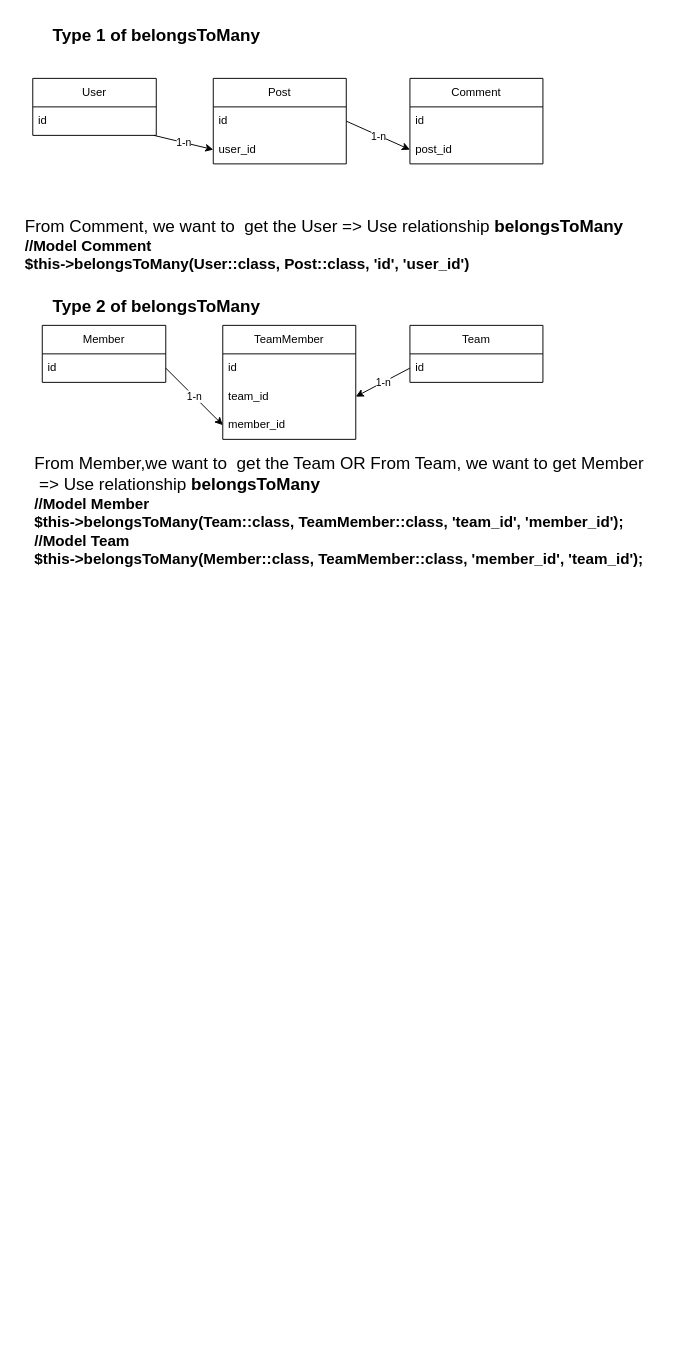
Above: Biểu đồ không có tiêu đề.drawio in wyattvo2019/ManageStaffWebsite (draw.io), before the change. Source tidied: cells renumbered, new cells numbered last; positions are measured from the earlier drawing's top-left corner, leaving out a move shared by most shapes. Both pictures are drawn from the tidied source at 95%, with x=0, y=0 at pixel (23, 16).
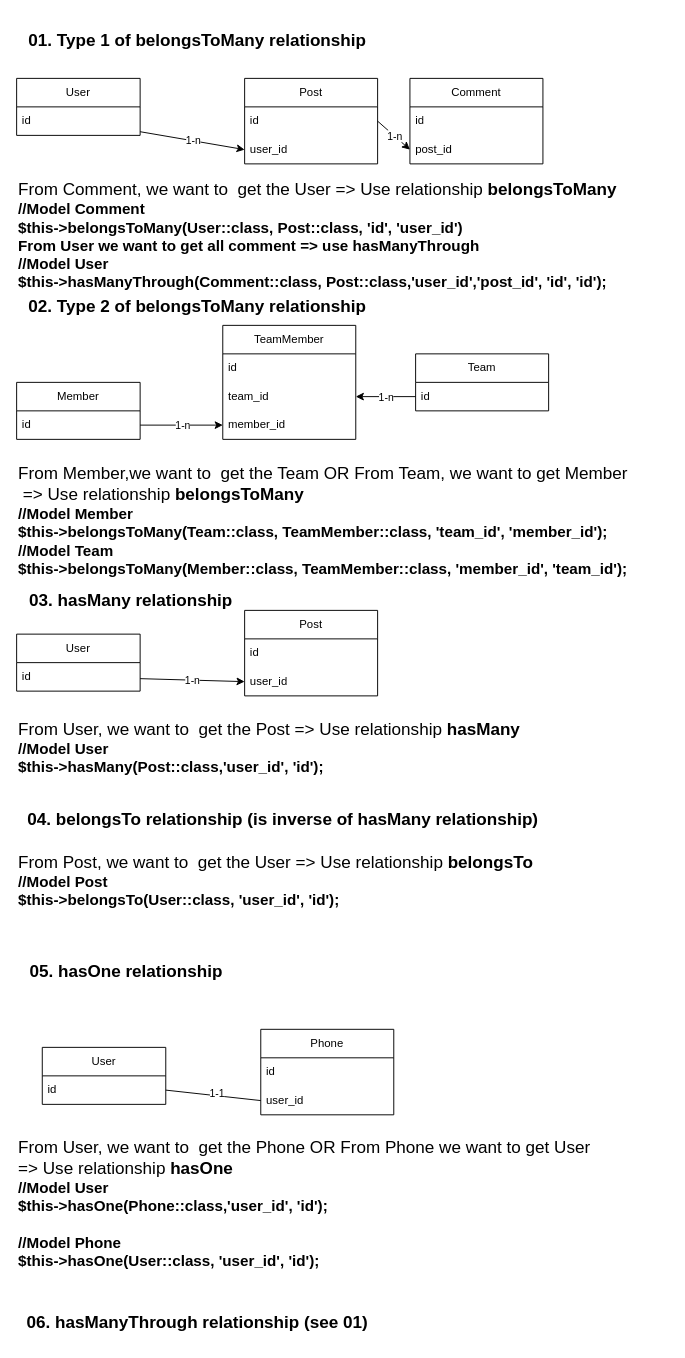
After the change.

Commit message:
Cập nhật Biểu đồ không có tiêu đề.drawio

Diff of the diagram source:
```diff
@@
     <mxCell id="2" value="User" style="swimlane;fontStyle=0;horizontal=1;startSize=30;whiteSpace=wrap;html=1;" parent="1" vertex="1">
-      <mxGeometry x="10" y="65" width="130" height="60" as="geometry" />
+      <mxGeometry x="-7" y="65" width="130" height="60" as="geometry" />
     </mxCell>
@@
     <mxCell id="4" value="Post" style="swimlane;fontStyle=0;horizontal=1;startSize=30;whiteSpace=wrap;html=1;" parent="1" vertex="1">
-      <mxGeometry x="200" y="65" width="140" height="90" as="geometry" />
+      <mxGeometry x="233" y="65" width="140" height="90" as="geometry" />
     </mxCell>
@@
-    <mxCell id="14" value="&lt;font style=&quot;font-size: 18px;&quot;&gt;From Comment, we want to&amp;nbsp; get the User =&amp;gt; Use relationship &lt;b&gt;belongsToMany&lt;/b&gt;&lt;/font&gt;&lt;div&gt;&lt;b&gt;&lt;font size=&quot;3&quot;&gt;//Model Comment&lt;/font&gt;&lt;/b&gt;&lt;/div&gt;&lt;div&gt;&lt;b&gt;&lt;font size=&quot;3&quot;&gt;$this-&amp;gt;belongsToMany(User::class, Post::class, 'id', 'user_id')&lt;/font&gt;&lt;/b&gt;&lt;/div&gt;" style="text;html=1;align=left;verticalAlign=middle;strokeColor=none;fillColor=none;" parent="1" vertex="1">
-      <mxGeometry y="205" width="650" height="70" as="geometry" />
+    <mxCell id="14" value="&lt;font style=&quot;font-size: 18px;&quot;&gt;From Comment, we want to&amp;nbsp; get the User =&amp;gt; Use relationship &lt;b&gt;belongsToMany&lt;/b&gt;&lt;/font&gt;&lt;div&gt;&lt;b&gt;&lt;font size=&quot;3&quot;&gt;//Model Comment&lt;/font&gt;&lt;/b&gt;&lt;/div&gt;&lt;div&gt;&lt;b&gt;&lt;font size=&quot;3&quot;&gt;$this-&amp;gt;belongsToMany(User::class, Post::class, 'id', 'user_id')&lt;/font&gt;&lt;/b&gt;&lt;/div&gt;&lt;div&gt;&lt;b&gt;&lt;font size=&quot;3&quot;&gt;From User we want to get all comment =&amp;gt; use hasManyThrough&lt;/font&gt;&lt;/b&gt;&lt;/div&gt;&lt;div&gt;&lt;b&gt;&lt;font size=&quot;3&quot;&gt;//Model User&lt;/font&gt;&lt;/b&gt;&lt;/div&gt;&lt;div&gt;&lt;font style=&quot;&quot; size=&quot;3&quot;&gt;&lt;b&gt;$this-&amp;gt;hasManyThrough(Comment::class, Post::class,'user_id','post_id', 'id', 'id');&lt;/b&gt;&lt;br&gt;&lt;/font&gt;&lt;/div&gt;" style="text;html=1;align=left;verticalAlign=middle;strokeColor=none;fillColor=none;" parent="1" vertex="1">
+      <mxGeometry x="-7" y="165" width="650" height="130" as="geometry" />
     </mxCell>
-    <mxCell id="15" value="&lt;b&gt;&lt;font style=&quot;font-size: 18px;&quot;&gt;Type 1 of belongsToMany&lt;/font&gt;&lt;/b&gt;" style="text;html=1;align=center;verticalAlign=middle;strokeColor=none;fillColor=none;" parent="1" vertex="1">
-      <mxGeometry x="20" width="240" height="40" as="geometry" />
+    <mxCell id="15" value="&lt;b&gt;&lt;font style=&quot;font-size: 18px;&quot;&gt;01. Type 1 of belongsToMany relationship&lt;/font&gt;&lt;/b&gt;" style="text;html=1;align=center;verticalAlign=middle;strokeColor=none;fillColor=none;" parent="1" vertex="1">
+      <mxGeometry x="-7" y="5" width="380" height="40" as="geometry" />
     </mxCell>
-    <mxCell id="16" value="&lt;b&gt;&lt;font style=&quot;font-size: 18px;&quot;&gt;Type 2 of belongsToMany&lt;/font&gt;&lt;/b&gt;" style="text;html=1;align=center;verticalAlign=middle;strokeColor=none;fillColor=none;" parent="1" vertex="1">
-      <mxGeometry x="20" y="285" width="240" height="40" as="geometry" />
+    <mxCell id="16" value="&lt;b&gt;&lt;font style=&quot;font-size: 18px;&quot;&gt;02. Type 2 of belongsToMany relationship&lt;/font&gt;&lt;/b&gt;" style="text;html=1;align=center;verticalAlign=middle;strokeColor=none;fillColor=none;" parent="1" vertex="1">
+      <mxGeometry x="-7" y="285" width="380" height="40" as="geometry" />
     </mxCell>
     <mxCell id="17" value="Member" style="swimlane;fontStyle=0;horizontal=1;startSize=30;whiteSpace=wrap;html=1;" parent="1" vertex="1">
-      <mxGeometry x="20" y="325" width="130" height="60" as="geometry" />
+      <mxGeometry x="-7" y="385" width="130" height="60" as="geometry" />
     </mxCell>
@@
     <mxCell id="19" value="Team" style="swimlane;fontStyle=0;horizontal=1;startSize=30;whiteSpace=wrap;html=1;" parent="1" vertex="1">
-      <mxGeometry x="407" y="325" width="140" height="60" as="geometry" />
+      <mxGeometry x="413" y="355" width="140" height="60" as="geometry" />
     </mxCell>
@@
     <mxCell id="29" value="&lt;font style=&quot;font-size: 18px;&quot;&gt;From Member,we want to&amp;nbsp; get the Team OR From Team, we want to get Member&lt;/font&gt;&lt;div&gt;&lt;font style=&quot;font-size: 18px;&quot;&gt;&amp;nbsp;=&amp;gt; Use relationship &lt;b&gt;belongsToMany&lt;/b&gt;&lt;/font&gt;&lt;div&gt;&lt;b&gt;&lt;font size=&quot;3&quot;&gt;//Model Member&lt;/font&gt;&lt;/b&gt;&lt;/div&gt;&lt;div&gt;&lt;b&gt;&lt;font size=&quot;3&quot;&gt;$this-&amp;gt;belongsToMany(Team::class, TeamMember::class, 'team_id', 'member_id');&lt;/font&gt;&lt;/b&gt;&lt;/div&gt;&lt;/div&gt;&lt;div&gt;&lt;b&gt;&lt;font size=&quot;3&quot;&gt;//Model Team&lt;/font&gt;&lt;/b&gt;&lt;/div&gt;&lt;div&gt;&lt;b&gt;&lt;font size=&quot;3&quot;&gt;$this-&amp;gt;belongsToMany(Member::class, TeamMember::class, 'member_id', 'team_id');&lt;/font&gt;&lt;/b&gt;&lt;/div&gt;&lt;div&gt;&lt;b&gt;&lt;font size=&quot;3&quot;&gt;&lt;br&gt;&lt;/font&gt;&lt;/b&gt;&lt;/div&gt;" style="text;html=1;align=left;verticalAlign=middle;strokeColor=none;fillColor=none;" parent="1" vertex="1">
-      <mxGeometry x="10" y="455" width="670" height="150" as="geometry" />
+      <mxGeometry x="-7" y="465" width="670" height="150" as="geometry" />
     </mxCell>
+    <mxCell id="30" value="&lt;span style=&quot;font-size: 18px;&quot;&gt;&lt;b&gt;03. hasMany relationship&lt;/b&gt;&lt;/span&gt;" style="text;html=1;align=center;verticalAlign=middle;strokeColor=none;fillColor=none;" parent="1" vertex="1">
+      <mxGeometry x="-7" y="595" width="240" height="40" as="geometry" />
+    </mxCell>
+    <mxCell id="31" value="User" style="swimlane;fontStyle=0;horizontal=1;startSize=30;whiteSpace=wrap;html=1;" parent="1" vertex="1">
+      <mxGeometry x="-7" y="650" width="130" height="60" as="geometry" />
+    </mxCell>
+    <mxCell id="32" value="id" style="text;strokeColor=none;fillColor=none;align=left;verticalAlign=middle;spacingLeft=4;spacingRight=4;overflow=hidden;points=[[0,0.5],[1,0.5]];portConstraint=eastwest;whiteSpace=wrap;html=1;" parent="31" vertex="1">
+      <mxGeometry y="30" width="130" height="30" as="geometry" />
+    </mxCell>
+    <mxCell id="33" value="Post" style="swimlane;fontStyle=0;horizontal=1;startSize=30;whiteSpace=wrap;html=1;" parent="1" vertex="1">
+      <mxGeometry x="233" y="625" width="140" height="90" as="geometry" />
+    </mxCell>
+    <mxCell id="34" value="id" style="text;strokeColor=none;fillColor=none;align=left;verticalAlign=middle;spacingLeft=4;spacingRight=4;overflow=hidden;whiteSpace=wrap;html=1;" parent="33" vertex="1">
+      <mxGeometry y="30" width="140" height="30" as="geometry" />
+    </mxCell>
+    <mxCell id="35" value="user_id" style="text;strokeColor=none;fillColor=none;align=left;verticalAlign=middle;spacingLeft=4;spacingRight=4;overflow=hidden;points=[[0,0.5],[1,0.5]];portConstraint=eastwest;whiteSpace=wrap;html=1;" parent="33" vertex="1">
+      <mxGeometry y="60" width="140" height="30" as="geometry" />
+    </mxCell>
+    <mxCell id="36" style="endArrow=classic;html=1;rounded=0;entryX=0;entryY=0.5;entryDx=0;entryDy=0;" parent="1" edge="1" source="32" target="35">
+      <mxGeometry relative="1" as="geometry" />
+    </mxCell>
+    <mxCell id="37" value="1-n" style="edgeLabel;html=1;align=center;verticalAlign=middle;" parent="36" vertex="1">
+      <mxGeometry relative="1" as="geometry" />
+    </mxCell>
+    <mxCell id="38" value="&lt;font style=&quot;font-size: 18px;&quot;&gt;From User, we want to&amp;nbsp; get the Post =&amp;gt; Use relationship&amp;nbsp;&lt;b&gt;hasMany&lt;/b&gt;&lt;/font&gt;&lt;div&gt;&lt;b&gt;&lt;font size=&quot;3&quot;&gt;//Model User&lt;/font&gt;&lt;/b&gt;&lt;/div&gt;&lt;div&gt;&lt;b&gt;&lt;font size=&quot;3&quot;&gt;$this-&amp;gt;hasMany(Post::class,'user_id', 'id');&lt;/font&gt;&lt;/b&gt;&lt;/div&gt;" style="text;html=1;align=left;verticalAlign=middle;strokeColor=none;fillColor=none;" parent="1" vertex="1">
+      <mxGeometry x="-7" y="735" width="550" height="70" as="geometry" />
+    </mxCell>
+    <mxCell id="39" value="&lt;span style=&quot;font-size: 18px;&quot;&gt;&lt;b&gt;05. hasOne relationship&lt;/b&gt;&lt;/span&gt;" style="text;html=1;align=center;verticalAlign=middle;strokeColor=none;fillColor=none;" parent="1" vertex="1">
+      <mxGeometry x="-7" y="985" width="230" height="40" as="geometry" />
+    </mxCell>
+    <mxCell id="40" value="User" style="swimlane;fontStyle=0;horizontal=1;startSize=30;whiteSpace=wrap;html=1;" parent="1" vertex="1">
+      <mxGeometry x="20" y="1085" width="130" height="60" as="geometry" />
+    </mxCell>
+    <mxCell id="41" value="id" style="text;strokeColor=none;fillColor=none;align=left;verticalAlign=middle;spacingLeft=4;spacingRight=4;overflow=hidden;points=[[0,0.5],[1,0.5]];portConstraint=eastwest;whiteSpace=wrap;html=1;" parent="40" vertex="1">
+      <mxGeometry y="30" width="130" height="30" as="geometry" />
+    </mxCell>
+    <mxCell id="42" value="Phone" style="swimlane;fontStyle=0;horizontal=1;startSize=30;whiteSpace=wrap;html=1;" parent="1" vertex="1">
+      <mxGeometry x="250" y="1066" width="140" height="90" as="geometry" />
+    </mxCell>
+    <mxCell id="43" value="id" style="text;strokeColor=none;fillColor=none;align=left;verticalAlign=middle;spacingLeft=4;spacingRight=4;overflow=hidden;whiteSpace=wrap;html=1;" parent="42" vertex="1">
+      <mxGeometry y="30" width="140" height="30" as="geometry" />
+    </mxCell>
+    <mxCell id="44" value="user_id" style="text;strokeColor=none;fillColor=none;align=left;verticalAlign=middle;spacingLeft=4;spacingRight=4;overflow=hidden;points=[[0,0.5],[1,0.5]];portConstraint=eastwest;whiteSpace=wrap;html=1;" parent="42" vertex="1">
+      <mxGeometry y="60" width="140" height="30" as="geometry" />
+    </mxCell>
+    <mxCell id="45" style="endArrow=none;html=1;rounded=0;exitX=1;exitY=0.5;exitDx=0;exitDy=0;entryX=0;entryY=0.5;entryDx=0;entryDy=0;" parent="1" edge="1" source="41" target="44">
+      <mxGeometry relative="1" as="geometry" />
+    </mxCell>
+    <mxCell id="46" value="1-1" style="edgeLabel;html=1;align=center;verticalAlign=middle;" parent="45" vertex="1">
+      <mxGeometry x="0.07" y="2" relative="1" as="geometry" />
+    </mxCell>
+    <mxCell id="47" value="&lt;font style=&quot;font-size: 18px;&quot;&gt;From User, we want to&amp;nbsp; get the Phone OR From Phone we want to get User&amp;nbsp;&lt;/font&gt;&lt;div&gt;&lt;font style=&quot;font-size: 18px;&quot;&gt;=&amp;gt; Use relationship&amp;nbsp;&lt;b&gt;hasOne&lt;/b&gt;&lt;/font&gt;&lt;div&gt;&lt;b&gt;&lt;font size=&quot;3&quot;&gt;//Model User&lt;/font&gt;&lt;/b&gt;&lt;/div&gt;&lt;div&gt;&lt;b&gt;&lt;font size=&quot;3&quot;&gt;$this-&amp;gt;hasOne(Phone::class,'user_id', 'id');&lt;/font&gt;&lt;/b&gt;&lt;/div&gt;&lt;/div&gt;&lt;div&gt;&lt;div&gt;&lt;b&gt;&lt;font size=&quot;3&quot;&gt;&lt;br class=&quot;Apple-interchange-newline&quot;&gt;//Model Phone&lt;/font&gt;&lt;/b&gt;&lt;/div&gt;&lt;div&gt;&lt;b&gt;&lt;font size=&quot;3&quot;&gt;$this-&amp;gt;hasOne(User::class, 'user_id', 'id');&lt;/font&gt;&lt;/b&gt;&lt;/div&gt;&lt;/div&gt;" style="text;html=1;align=left;verticalAlign=middle;strokeColor=none;fillColor=none;" parent="1" vertex="1">
+      <mxGeometry x="-7" y="1175" width="630" height="150" as="geometry" />
+    </mxCell>
+    <mxCell id="48" value="&lt;span style=&quot;font-size: 18px;&quot;&gt;&lt;b&gt;04. belongsTo relationship (is inverse of hasMany relationship)&lt;/b&gt;&lt;/span&gt;" style="text;html=1;align=center;verticalAlign=middle;strokeColor=none;fillColor=none;" parent="1" vertex="1">
+      <mxGeometry x="-7" y="825" width="560" height="40" as="geometry" />
+    </mxCell>
+    <mxCell id="49" value="&lt;font style=&quot;font-size: 18px;&quot;&gt;From Post, we want to&amp;nbsp; get the User =&amp;gt; Use relationship&amp;nbsp;&lt;b&gt;belongsTo&lt;/b&gt;&lt;/font&gt;&lt;div&gt;&lt;b&gt;&lt;font size=&quot;3&quot;&gt;//Model Post&lt;/font&gt;&lt;/b&gt;&lt;/div&gt;&lt;div&gt;&lt;b&gt;&lt;font size=&quot;3&quot;&gt;$this-&amp;gt;belongsTo(User::class, 'user_id', 'id');&lt;/font&gt;&lt;/b&gt;&lt;/div&gt;" style="text;html=1;align=left;verticalAlign=middle;strokeColor=none;fillColor=none;" parent="1" vertex="1">
+      <mxGeometry x="-7" y="875" width="570" height="70" as="geometry" />
+    </mxCell>
+    <mxCell id="50" value="&lt;span style=&quot;font-size: 18px;&quot;&gt;&lt;b&gt;06. hasManyThrough relationship (see 01)&lt;/b&gt;&lt;/span&gt;" style="text;html=1;align=center;verticalAlign=middle;strokeColor=none;fillColor=none;" parent="1" vertex="1">
+      <mxGeometry x="-7" y="1355" width="380" height="40" as="geometry" />
+    </mxCell>
```
